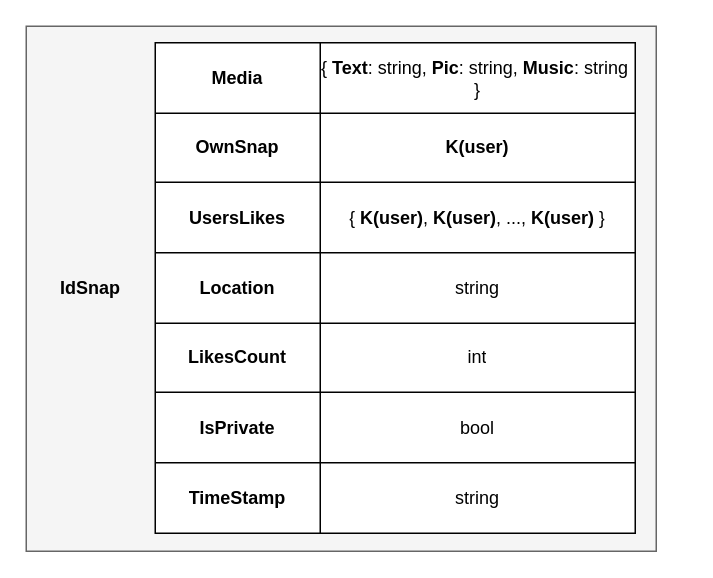
This is NoAM/collections-snap.drawio from Antonet99/noSQL-Snapchat, a draw.io file, before an edit. Source tidied: cells renumbered, new cells numbered last; positions are measured from the earlier drawing's top-left corner, leaving out a move shared by most shapes. Both pictures are drawn from the tidied source at 150%, with x=0, y=0 at pixel (26, 26).
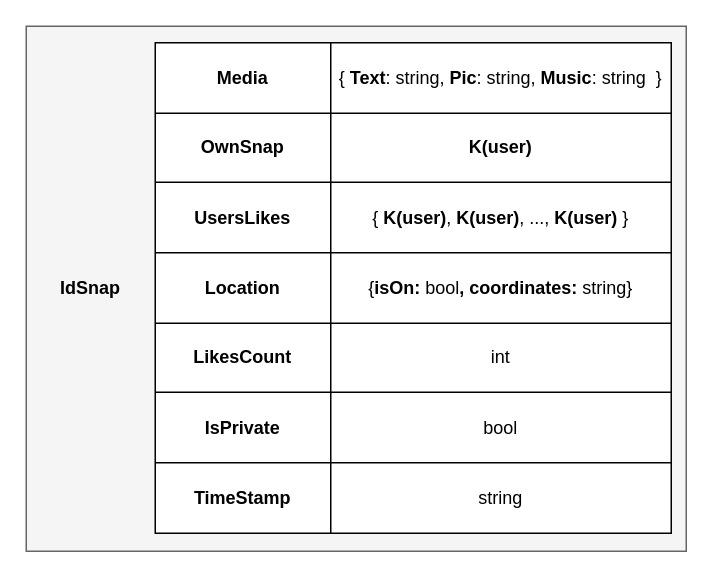
After the change.

Diff of the diagram source:
```diff
@@
     <mxCell id="2" style="rounded=0;whiteSpace=wrap;html=1;fillColor=#f5f5f5;fontColor=#333333;strokeColor=#666666;" parent="1" vertex="1">
-      <mxGeometry width="420" height="350" as="geometry" />
+      <mxGeometry width="440" height="350" as="geometry" />
     </mxCell>
@@
     <mxCell id="4" style="shape=table;startSize=0;childLayout=tableLayout;" parent="1" vertex="1">
-      <mxGeometry x="86" y="11" width="320" height="327" as="geometry" />
+      <mxGeometry x="86" y="11" width="344" height="327" as="geometry" />
     </mxCell>
     <mxCell id="5" style="shape=tableRow;horizontal=0;startSize=0;swimlaneHead=0;swimlaneBody=0;strokeColor=inherit;top=0;left=0;bottom=0;right=0;fillColor=none;" parent="4" vertex="1">
-      <mxGeometry width="320" height="47" as="geometry" />
+      <mxGeometry width="344" height="47" as="geometry" />
     </mxCell>
     <mxCell id="6" value="&lt;b&gt;Media&lt;/b&gt;" style="shape=partialRectangle;html=1;whiteSpace=wrap;strokeColor=inherit;overflow=hidden;fillColor=none;top=0;left=0;bottom=0;right=0;" parent="5" vertex="1">
-      <mxGeometry width="110" height="47" as="geometry" />
+      <mxGeometry width="117" height="47" as="geometry" />
     </mxCell>
     <mxCell id="7" value="{ &lt;b&gt;Text&lt;/b&gt;: string, &lt;b&gt;Pic&lt;/b&gt;: string, &lt;b&gt;Music&lt;/b&gt;: string&amp;nbsp; }" style="shape=partialRectangle;html=1;whiteSpace=wrap;strokeColor=inherit;overflow=hidden;fillColor=none;top=0;left=0;bottom=0;right=0;" parent="5" vertex="1">
-      <mxGeometry x="110" width="210" height="47" as="geometry" />
+      <mxGeometry x="117" width="227" height="47" as="geometry" />
     </mxCell>
     <mxCell id="8" style="shape=tableRow;horizontal=0;startSize=0;swimlaneHead=0;swimlaneBody=0;strokeColor=inherit;top=0;left=0;bottom=0;right=0;fillColor=none;" parent="4" vertex="1">
-      <mxGeometry y="47" width="320" height="46" as="geometry" />
+      <mxGeometry y="47" width="344" height="46" as="geometry" />
     </mxCell>
     <mxCell id="9" value="&lt;b&gt;OwnSnap&lt;/b&gt;" style="shape=partialRectangle;html=1;whiteSpace=wrap;strokeColor=inherit;overflow=hidden;fillColor=none;top=0;left=0;bottom=0;right=0;" parent="8" vertex="1">
-      <mxGeometry width="110" height="46" as="geometry" />
+      <mxGeometry width="117" height="46" as="geometry" />
     </mxCell>
     <mxCell id="10" value="&lt;b&gt;K(user)&lt;/b&gt;" style="shape=partialRectangle;html=1;whiteSpace=wrap;strokeColor=inherit;overflow=hidden;fillColor=none;top=0;left=0;bottom=0;right=0;" parent="8" vertex="1">
-      <mxGeometry x="110" width="210" height="46" as="geometry" />
+      <mxGeometry x="117" width="227" height="46" as="geometry" />
     </mxCell>
     <mxCell id="11" style="shape=tableRow;horizontal=0;startSize=0;swimlaneHead=0;swimlaneBody=0;strokeColor=inherit;top=0;left=0;bottom=0;right=0;fillColor=none;" parent="4" vertex="1">
-      <mxGeometry y="93" width="320" height="47" as="geometry" />
+      <mxGeometry y="93" width="344" height="47" as="geometry" />
     </mxCell>
     <mxCell id="12" value="&lt;b&gt;UsersLikes&lt;/b&gt;" style="shape=partialRectangle;html=1;whiteSpace=wrap;strokeColor=inherit;overflow=hidden;fillColor=none;top=0;left=0;bottom=0;right=0;" parent="11" vertex="1">
-      <mxGeometry width="110" height="47" as="geometry" />
+      <mxGeometry width="117" height="47" as="geometry" />
     </mxCell>
     <mxCell id="13" value="{ &lt;b&gt;K(user)&lt;/b&gt;, &lt;b&gt;K(user)&lt;/b&gt;, ..., &lt;b&gt;K(user)&lt;/b&gt; }" style="shape=partialRectangle;html=1;whiteSpace=wrap;strokeColor=inherit;overflow=hidden;fillColor=none;top=0;left=0;bottom=0;right=0;" parent="11" vertex="1">
-      <mxGeometry x="110" width="210" height="47" as="geometry" />
+      <mxGeometry x="117" width="227" height="47" as="geometry" />
     </mxCell>
     <mxCell id="14" style="shape=tableRow;horizontal=0;startSize=0;swimlaneHead=0;swimlaneBody=0;strokeColor=inherit;top=0;left=0;bottom=0;right=0;fillColor=none;" parent="4" vertex="1">
-      <mxGeometry y="140" width="320" height="47" as="geometry" />
+      <mxGeometry y="140" width="344" height="47" as="geometry" />
     </mxCell>
     <mxCell id="15" value="&lt;b&gt;Location&lt;/b&gt;" style="shape=partialRectangle;html=1;whiteSpace=wrap;strokeColor=inherit;overflow=hidden;fillColor=none;top=0;left=0;bottom=0;right=0;" parent="14" vertex="1">
-      <mxGeometry width="110" height="47" as="geometry" />
+      <mxGeometry width="117" height="47" as="geometry" />
     </mxCell>
-    <mxCell id="16" value="string" style="shape=partialRectangle;html=1;whiteSpace=wrap;strokeColor=inherit;overflow=hidden;fillColor=none;top=0;left=0;bottom=0;right=0;" parent="14" vertex="1">
-      <mxGeometry x="110" width="210" height="47" as="geometry" />
+    <mxCell id="16" value="{&lt;b&gt;isOn: &lt;/b&gt;bool&lt;b&gt;, coordinates: &lt;/b&gt;string}" style="shape=partialRectangle;html=1;whiteSpace=wrap;strokeColor=inherit;overflow=hidden;fillColor=none;top=0;left=0;bottom=0;right=0;" parent="14" vertex="1">
+      <mxGeometry x="117" width="227" height="47" as="geometry" />
     </mxCell>
     <mxCell id="17" style="shape=tableRow;horizontal=0;startSize=0;swimlaneHead=0;swimlaneBody=0;strokeColor=inherit;top=0;left=0;bottom=0;right=0;fillColor=none;" parent="4" vertex="1">
-      <mxGeometry y="187" width="320" height="46" as="geometry" />
+      <mxGeometry y="187" width="344" height="46" as="geometry" />
     </mxCell>
     <mxCell id="18" value="&lt;b&gt;LikesCount&lt;/b&gt;" style="shape=partialRectangle;html=1;whiteSpace=wrap;strokeColor=inherit;overflow=hidden;fillColor=none;top=0;left=0;bottom=0;right=0;" parent="17" vertex="1">
-      <mxGeometry width="110" height="46" as="geometry" />
+      <mxGeometry width="117" height="46" as="geometry" />
     </mxCell>
     <mxCell id="19" value="int" style="shape=partialRectangle;html=1;whiteSpace=wrap;strokeColor=inherit;overflow=hidden;fillColor=none;top=0;left=0;bottom=0;right=0;" parent="17" vertex="1">
-      <mxGeometry x="110" width="210" height="46" as="geometry" />
+      <mxGeometry x="117" width="227" height="46" as="geometry" />
     </mxCell>
     <mxCell id="20" style="shape=tableRow;horizontal=0;startSize=0;swimlaneHead=0;swimlaneBody=0;strokeColor=inherit;top=0;left=0;bottom=0;right=0;fillColor=none;" parent="4" vertex="1">
-      <mxGeometry y="233" width="320" height="47" as="geometry" />
+      <mxGeometry y="233" width="344" height="47" as="geometry" />
     </mxCell>
     <mxCell id="21" value="&lt;b&gt;IsPrivate&lt;/b&gt;" style="shape=partialRectangle;html=1;whiteSpace=wrap;strokeColor=inherit;overflow=hidden;fillColor=none;top=0;left=0;bottom=0;right=0;" parent="20" vertex="1">
-      <mxGeometry width="110" height="47" as="geometry" />
+      <mxGeometry width="117" height="47" as="geometry" />
     </mxCell>
     <mxCell id="22" value="bool" style="shape=partialRectangle;html=1;whiteSpace=wrap;strokeColor=inherit;overflow=hidden;fillColor=none;top=0;left=0;bottom=0;right=0;" parent="20" vertex="1">
-      <mxGeometry x="110" width="210" height="47" as="geometry" />
+      <mxGeometry x="117" width="227" height="47" as="geometry" />
     </mxCell>
     <mxCell id="23" style="shape=tableRow;horizontal=0;startSize=0;swimlaneHead=0;swimlaneBody=0;strokeColor=inherit;top=0;left=0;bottom=0;right=0;fillColor=none;" parent="4" vertex="1">
-      <mxGeometry y="280" width="320" height="47" as="geometry" />
+      <mxGeometry y="280" width="344" height="47" as="geometry" />
     </mxCell>
     <mxCell id="24" value="&lt;b&gt;TimeStamp&lt;/b&gt;" style="shape=partialRectangle;html=1;whiteSpace=wrap;strokeColor=inherit;overflow=hidden;fillColor=none;top=0;left=0;bottom=0;right=0;" parent="23" vertex="1">
-      <mxGeometry width="110" height="47" as="geometry" />
+      <mxGeometry width="117" height="47" as="geometry" />
     </mxCell>
     <mxCell id="25" value="string" style="shape=partialRectangle;html=1;whiteSpace=wrap;strokeColor=inherit;overflow=hidden;fillColor=none;top=0;left=0;bottom=0;right=0;" parent="23" vertex="1">
-      <mxGeometry x="110" width="210" height="47" as="geometry" />
+      <mxGeometry x="117" width="227" height="47" as="geometry" />
     </mxCell>
```
